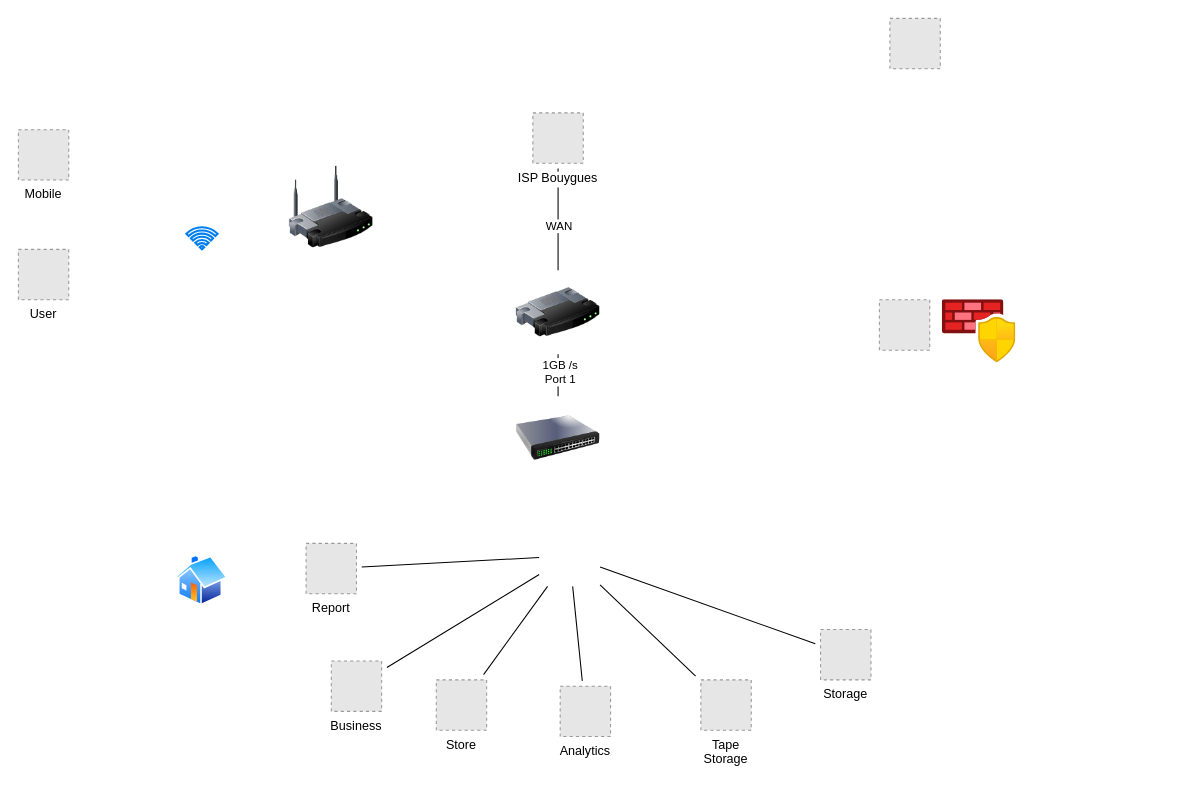
Before: Diagramme sans nom.drawio in M0okz/HomeZer, a draw.io diagram. Source tidied: cells renumbered, new cells numbered last; positions are measured from the earlier drawing's top-left corner, leaving out a move shared by most shapes. Both pictures are drawn from the tidied source at 105%, with x=0, y=0 at pixel (18, 18). Pictures stored in the file or linked from it are replaced by grey dashed boxes.
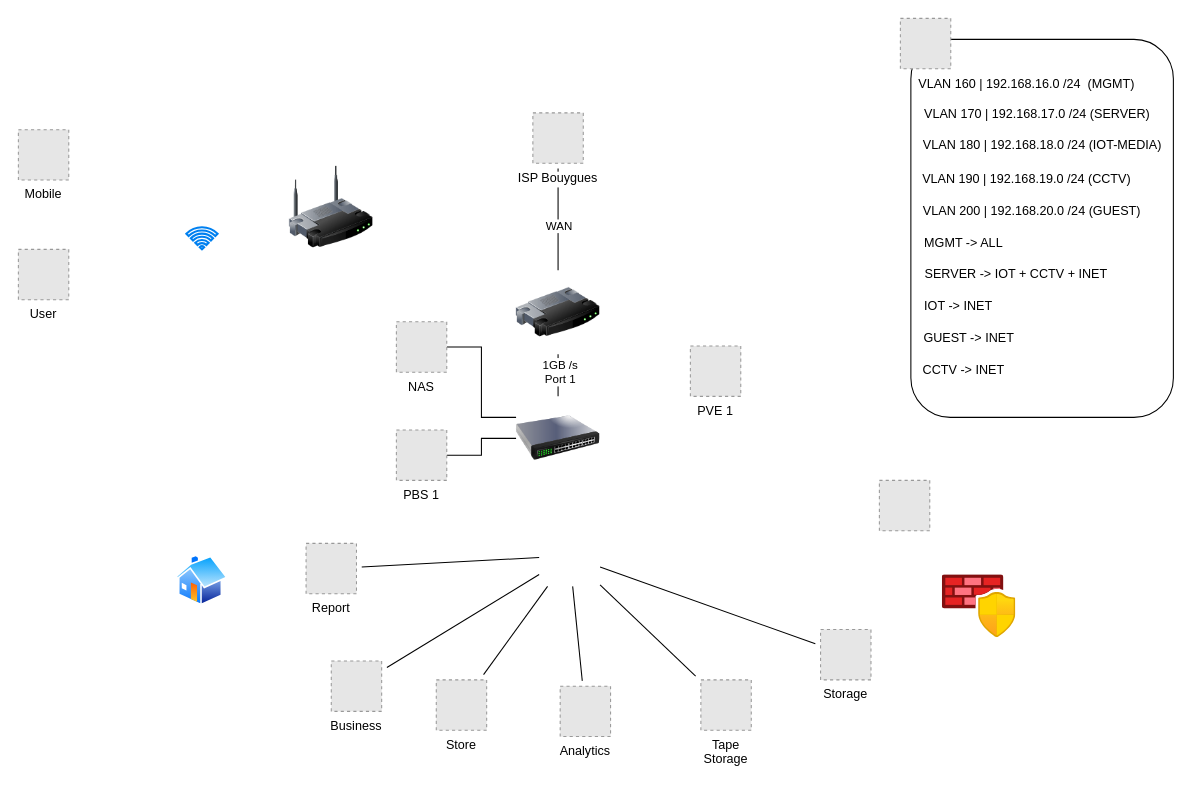
The same diagram, later.

Commit message:
Mettre à jour Diagramme sans nom.drawio

The change refers to these unchanged cells:
```xml
<mxCell id="23" style="image;html=1;image=img/lib/clip_art/networking/Switch_128x128.png;" parent="1" vertex="1">
  <mxGeometry x="474" y="360" width="80" height="80" as="geometry" />
</mxCell>
```

The edit, as a diff of the source:
```diff
@@
+    <mxCell id="29" style="rounded=1;whiteSpace=wrap;html=1;" parent="1" vertex="1">
+      <mxGeometry x="850" y="20" width="250" height="360" as="geometry" />
+    </mxCell>
@@
     <mxCell id="19" style="image;html=1;align=center;fontSize=12;image=img/lib/azure2/networking/Azure_Firewall_Manager.svg;" parent="1" vertex="1">
-      <mxGeometry x="880" y="268" width="70" height="60" as="geometry" />
+      <mxGeometry x="880" y="530" width="70" height="60" as="geometry" />
     </mxCell>
@@
     <mxCell id="27" style="fillColor=#E6E6E6;strokeColor=#999999;dashed=1;verticalLabelPosition=bottom;verticalAlign=top;" parent="1" vertex="1">
-      <mxGeometry x="820" y="268" width="48" height="48" as="geometry" />
+      <mxGeometry x="820" y="440" width="48" height="48" as="geometry" />
     </mxCell>
     <mxCell id="28" style="fillColor=#E6E6E6;strokeColor=#999999;dashed=1;verticalLabelPosition=bottom;verticalAlign=top;" parent="1" vertex="1">
-      <mxGeometry x="830" width="48" height="48" as="geometry" />
+      <mxGeometry x="840" width="48" height="48" as="geometry" />
     </mxCell>
+    <mxCell id="30" value="VLAN 170 | 192.168.17.0 /24 (SERVER)" style="text;html=1;align=center;verticalAlign=middle;strokeColor=none;fillColor=none;" parent="1" vertex="1">
+      <mxGeometry x="850" y="76" width="240" height="30" as="geometry" />
+    </mxCell>
+    <mxCell id="31" value="VLAN 180 | 192.168.18.0 /24 (IOT-MEDIA)" style="text;html=1;align=center;verticalAlign=middle;strokeColor=none;fillColor=none;" parent="1" vertex="1">
+      <mxGeometry x="850" y="106" width="250" height="30" as="geometry" />
+    </mxCell>
+    <mxCell id="32" value="VLAN 160 | 192.168.16.0 /24&amp;nbsp; (MGMT)" style="text;html=1;align=center;verticalAlign=middle;strokeColor=none;fillColor=none;" parent="1" vertex="1">
+      <mxGeometry x="845" y="48" width="230" height="30" as="geometry" />
+    </mxCell>
+    <mxCell id="33" value="VLAN 190 | 192.168.19.0 /24 (CCTV)" style="text;html=1;align=center;verticalAlign=middle;strokeColor=none;fillColor=none;" parent="1" vertex="1">
+      <mxGeometry x="850" y="138" width="220" height="30" as="geometry" />
+    </mxCell>
+    <mxCell id="34" value="VLAN 200 | 192.168.20.0 /24 (GUEST)" style="text;html=1;align=center;verticalAlign=middle;strokeColor=none;fillColor=none;" parent="1" vertex="1">
+      <mxGeometry x="850" y="169" width="230" height="30" as="geometry" />
+    </mxCell>
+    <mxCell id="35" value="MGMT -&amp;gt; ALL" style="text;html=1;align=center;verticalAlign=middle;strokeColor=none;fillColor=none;" parent="1" vertex="1">
+      <mxGeometry x="850" y="199" width="100" height="30" as="geometry" />
+    </mxCell>
+    <mxCell id="36" value="SERVER -&amp;gt; IOT + CCTV + INET" style="text;html=1;align=center;verticalAlign=middle;strokeColor=none;fillColor=none;" parent="1" vertex="1">
+      <mxGeometry x="850" y="229" width="200" height="30" as="geometry" />
+    </mxCell>
+    <mxCell id="37" value="IOT -&amp;gt; INET" style="text;html=1;align=center;verticalAlign=middle;strokeColor=none;fillColor=none;" parent="1" vertex="1">
+      <mxGeometry x="850" y="259" width="90" height="30" as="geometry" />
+    </mxCell>
+    <mxCell id="38" value="GUEST -&amp;gt; INET" style="text;html=1;align=center;verticalAlign=middle;strokeColor=none;fillColor=none;" parent="1" vertex="1">
+      <mxGeometry x="850" y="290" width="110" height="30" as="geometry" />
+    </mxCell>
+    <mxCell id="39" value="CCTV -&amp;gt; INET" style="text;html=1;align=center;verticalAlign=middle;strokeColor=none;fillColor=none;" parent="1" vertex="1">
+      <mxGeometry x="850" y="320" width="100" height="30" as="geometry" />
+    </mxCell>
+    <mxCell id="40" style="edgeStyle=orthogonalEdgeStyle;rounded=0;jettySize=auto;html=1;entryX=0;entryY=0.25;entryDx=0;entryDy=0;endArrow=none;endFill=0;" parent="1" edge="1" source="41" target="23">
+      <mxGeometry relative="1" as="geometry" />
+    </mxCell>
+    <mxCell id="41" value="NAS" style="fillColor=#E6E6E6;strokeColor=#999999;dashed=1;verticalLabelPosition=bottom;verticalAlign=top;" parent="1" vertex="1">
+      <mxGeometry x="360" y="289" width="48" height="48" as="geometry" />
+    </mxCell>
+    <mxCell id="42" value="PVE 1" style="fillColor=#E6E6E6;strokeColor=#999999;dashed=1;verticalLabelPosition=bottom;verticalAlign=top;" parent="1" vertex="1">
+      <mxGeometry x="640" y="312" width="48" height="48" as="geometry" />
+    </mxCell>
+    <mxCell id="43" style="edgeStyle=orthogonalEdgeStyle;rounded=0;jettySize=auto;html=1;entryX=0;entryY=0.5;entryDx=0;entryDy=0;endArrow=none;endFill=0;" parent="1" edge="1" source="44" target="23">
+      <mxGeometry relative="1" as="geometry" />
+    </mxCell>
+    <mxCell id="44" value="PBS 1" style="fillColor=#E6E6E6;strokeColor=#999999;dashed=1;verticalLabelPosition=bottom;verticalAlign=top;" parent="1" vertex="1">
+      <mxGeometry x="360" y="392" width="48" height="48" as="geometry" />
+    </mxCell>
```
